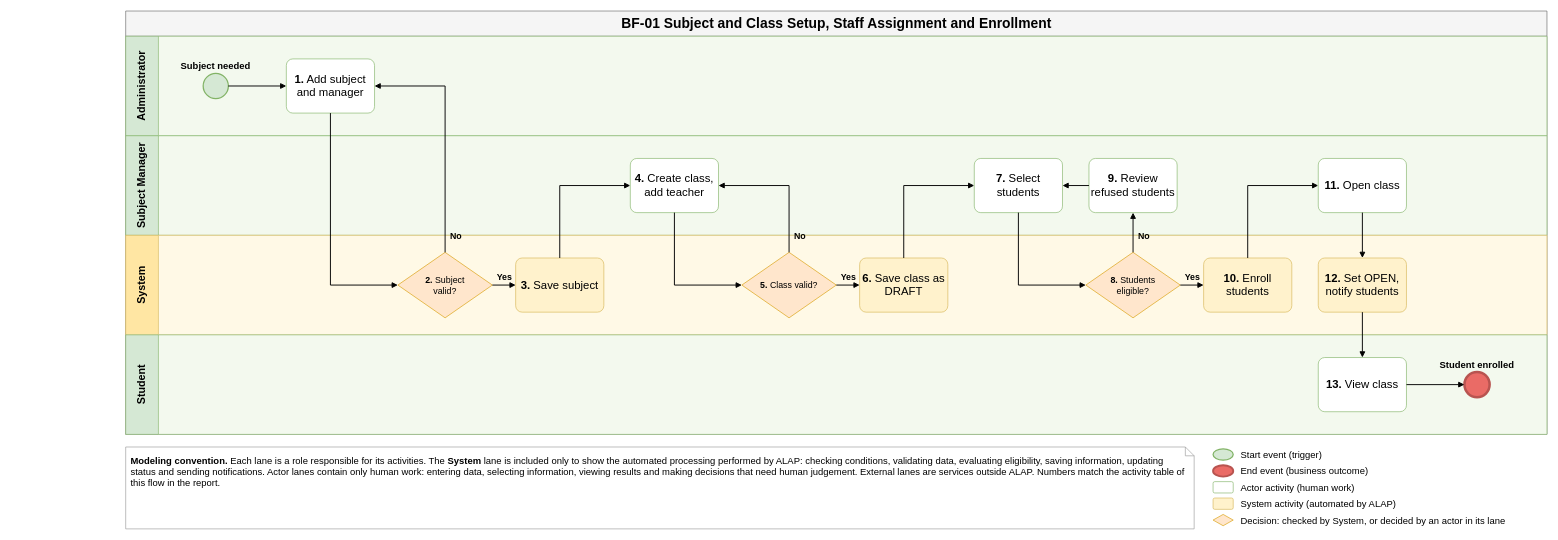
hygef-v4/AI-Powered-Learning-Platform keeps this draw.io diagram as aidlc-docs/inception/main-business-flows/BF-01-Subject-Class-Setup-and-Enrollment.drawio. Above is the earlier version. Source tidied: cells renumbered, new cells numbered last; positions are measured from the earlier drawing's top-left corner, leaving out a move shared by most shapes. Both pictures are drawn from the tidied source at 63%, with x=0, y=0 at pixel (125, 11).
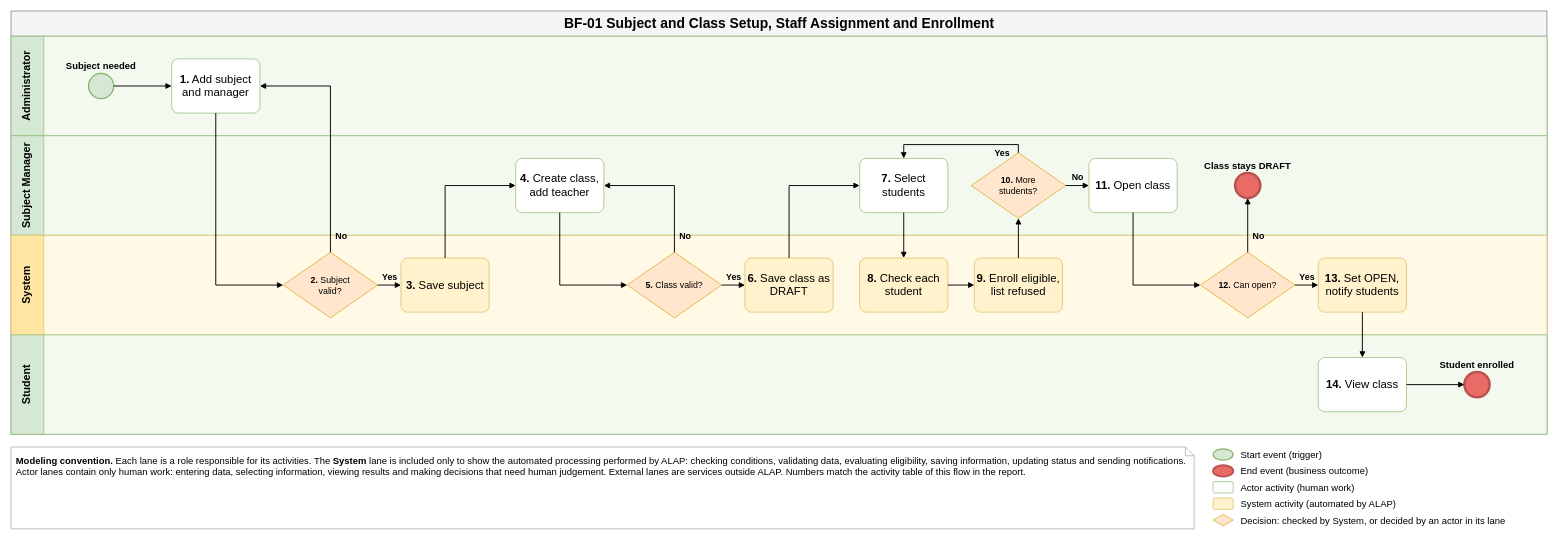
After the change.

Unchanged cells that the change refers to:
```xml
<mxCell id="8" value="&lt;b&gt;1.&lt;/b&gt; Add subject and manager" style="rounded=1;whiteSpace=wrap;html=1;fillColor=#FFFFFF;strokeColor=#82B366;fontSize=18;spacing=4;arcSize=12;" parent="3" vertex="1">
  <mxGeometry x="255" y="36" width="140" height="86" as="geometry" />
</mxCell>
<mxCell id="9" value="&lt;b&gt;2.&lt;/b&gt; Subject valid?" style="rhombus;whiteSpace=wrap;html=1;fillColor=#FFE6CC;strokeColor=#D79B00;fontSize=14;spacing=0;spacingLeft=26;spacingRight=26;" parent="5" vertex="1">
  <mxGeometry x="432" y="27" width="150" height="104" as="geometry" />
</mxCell>
<mxCell id="10" value="&lt;b&gt;3.&lt;/b&gt; Save subject" style="rounded=1;whiteSpace=wrap;html=1;fillColor=#FFF2CC;strokeColor=#D6B656;fontSize=18;spacing=4;arcSize=12;" parent="5" vertex="1">
  <mxGeometry x="619" y="36" width="140" height="86" as="geometry" />
</mxCell>
<mxCell id="11" value="&lt;b&gt;4.&lt;/b&gt; Create class, add teacher" style="rounded=1;whiteSpace=wrap;html=1;fillColor=#FFFFFF;strokeColor=#82B366;fontSize=18;spacing=4;arcSize=12;" parent="4" vertex="1">
  <mxGeometry x="801" y="36" width="140" height="86" as="geometry" />
</mxCell>
<mxCell id="12" value="&lt;b&gt;5.&lt;/b&gt; Class valid?" style="rhombus;whiteSpace=wrap;html=1;fillColor=#FFE6CC;strokeColor=#D79B00;fontSize=14;spacing=0;spacingLeft=26;spacingRight=26;" parent="5" vertex="1">
  <mxGeometry x="978" y="27" width="150" height="104" as="geometry" />
</mxCell>
<mxCell id="13" value="&lt;b&gt;6.&lt;/b&gt; Save class as DRAFT" style="rounded=1;whiteSpace=wrap;html=1;fillColor=#FFF2CC;strokeColor=#D6B656;fontSize=18;spacing=4;arcSize=12;" parent="5" vertex="1">
  <mxGeometry x="1165" y="36" width="140" height="86" as="geometry" />
</mxCell>
<mxCell id="14" value="&lt;b&gt;7.&lt;/b&gt; Select students" style="rounded=1;whiteSpace=wrap;html=1;fillColor=#FFFFFF;strokeColor=#82B366;fontSize=18;spacing=4;arcSize=12;" parent="4" vertex="1">
  <mxGeometry x="1347" y="36" width="140" height="86" as="geometry" />
</mxCell>
```

Change to the diagram source:
```diff
@@
     <mxCell id="2" value="BF-01 Subject and Class Setup, Staff Assignment and Enrollment" style="swimlane;horizontal=1;startSize=40;html=1;fontSize=22;fontStyle=1;align=center;verticalAlign=middle;fillColor=#F5F5F5;strokeColor=#666666;" parent="1" vertex="1">
-      <mxGeometry width="2256" height="672" as="geometry" />
+      <mxGeometry x="-182" width="2438" height="672" as="geometry" />
     </mxCell>
     <mxCell id="3" value="Administrator" style="swimlane;startSize=52;horizontal=0;html=1;whiteSpace=wrap;fillColor=#D5E8D4;swimlaneFillColor=#F3F9EE;strokeColor=#82B366;fontSize=17;fontStyle=1;align=center;verticalAlign=middle;spacing=4;" parent="2" vertex="1">
-      <mxGeometry y="40" width="2256" height="158" as="geometry" />
+      <mxGeometry y="40" width="2438" height="158" as="geometry" />
     </mxCell>
     <mxCell id="4" value="Subject Manager" style="swimlane;startSize=52;horizontal=0;html=1;whiteSpace=wrap;fillColor=#D5E8D4;swimlaneFillColor=#F3F9EE;strokeColor=#82B366;fontSize=17;fontStyle=1;align=center;verticalAlign=middle;spacing=4;" parent="2" vertex="1">
-      <mxGeometry y="198" width="2256" height="158" as="geometry" />
+      <mxGeometry y="198" width="2438" height="158" as="geometry" />
     </mxCell>
     <mxCell id="5" value="System" style="swimlane;startSize=52;horizontal=0;html=1;whiteSpace=wrap;fillColor=#FFE6A3;swimlaneFillColor=#FFF9E6;strokeColor=#D6B656;fontSize=17;fontStyle=1;align=center;verticalAlign=middle;spacing=4;" parent="2" vertex="1">
-      <mxGeometry y="356" width="2256" height="158" as="geometry" />
+      <mxGeometry y="356" width="2438" height="158" as="geometry" />
     </mxCell>
     <mxCell id="6" value="Student" style="swimlane;startSize=52;horizontal=0;html=1;whiteSpace=wrap;fillColor=#D5E8D4;swimlaneFillColor=#F3F9EE;strokeColor=#82B366;fontSize=17;fontStyle=1;align=center;verticalAlign=middle;spacing=4;" parent="2" vertex="1">
-      <mxGeometry y="514" width="2256" height="158" as="geometry" />
+      <mxGeometry y="514" width="2438" height="158" as="geometry" />
     </mxCell>
@@
-    <mxCell id="15" value="&lt;b&gt;8.&lt;/b&gt; Students eligible?" style="rhombus;whiteSpace=wrap;html=1;fillColor=#FFE6CC;strokeColor=#D79B00;fontSize=14;spacing=0;spacingLeft=26;spacingRight=26;" parent="5" vertex="1">
-      <mxGeometry x="1524" y="27" width="150" height="104" as="geometry" />
-    </mxCell>
+    <mxCell id="50" value="&lt;b&gt;8.&lt;/b&gt; Check each student" style="rounded=1;whiteSpace=wrap;html=1;fillColor=#FFF2CC;strokeColor=#D6B656;fontSize=18;spacing=4;arcSize=12;" parent="5" vertex="1">
+      <mxGeometry x="1347" y="36" width="140" height="86" as="geometry" />
+    </mxCell>
-    <mxCell id="16" value="&lt;b&gt;9.&lt;/b&gt; Review refused students" style="rounded=1;whiteSpace=wrap;html=1;fillColor=#FFFFFF;strokeColor=#82B366;fontSize=18;spacing=4;arcSize=12;" parent="4" vertex="1">
+    <mxCell id="16" value="&lt;b&gt;9.&lt;/b&gt; Enroll eligible, list refused" style="rounded=1;whiteSpace=wrap;html=1;fillColor=#FFF2CC;strokeColor=#D6B656;fontSize=18;spacing=4;arcSize=12;" parent="5" vertex="1">
       <mxGeometry x="1529" y="36" width="140" height="86" as="geometry" />
     </mxCell>
-    <mxCell id="17" value="&lt;b&gt;10.&lt;/b&gt; Enroll students" style="rounded=1;whiteSpace=wrap;html=1;fillColor=#FFF2CC;strokeColor=#D6B656;fontSize=18;spacing=4;arcSize=12;" parent="5" vertex="1">
-      <mxGeometry x="1711" y="36" width="140" height="86" as="geometry" />
-    </mxCell>
+    <mxCell id="51" value="&lt;b&gt;10.&lt;/b&gt; More students?" style="rhombus;whiteSpace=wrap;html=1;fillColor=#FFE6CC;strokeColor=#D79B00;fontSize=14;spacing=0;spacingLeft=26;spacingRight=26;" parent="4" vertex="1">
+      <mxGeometry x="1524" y="27" width="150" height="104" as="geometry" />
+    </mxCell>
     <mxCell id="18" value="&lt;b&gt;11.&lt;/b&gt; Open class" style="rounded=1;whiteSpace=wrap;html=1;fillColor=#FFFFFF;strokeColor=#82B366;fontSize=18;spacing=4;arcSize=12;" parent="4" vertex="1">
-      <mxGeometry x="1893" y="36" width="140" height="86" as="geometry" />
+      <mxGeometry x="1711" y="36" width="140" height="86" as="geometry" />
     </mxCell>
-    <mxCell id="19" value="&lt;b&gt;12.&lt;/b&gt; Set OPEN, notify students" style="rounded=1;whiteSpace=wrap;html=1;fillColor=#FFF2CC;strokeColor=#D6B656;fontSize=18;spacing=4;arcSize=12;" parent="5" vertex="1">
-      <mxGeometry x="1893" y="36" width="140" height="86" as="geometry" />
-    </mxCell>
+    <mxCell id="52" value="&lt;b&gt;12.&lt;/b&gt; Can open?" style="rhombus;whiteSpace=wrap;html=1;fillColor=#FFE6CC;strokeColor=#D79B00;fontSize=14;spacing=0;spacingLeft=26;spacingRight=26;" parent="5" vertex="1">
+      <mxGeometry x="1888" y="27" width="150" height="104" as="geometry" />
+    </mxCell>
-    <mxCell id="20" value="&lt;b&gt;13.&lt;/b&gt; View class" style="rounded=1;whiteSpace=wrap;html=1;fillColor=#FFFFFF;strokeColor=#82B366;fontSize=18;spacing=4;arcSize=12;" parent="6" vertex="1">
-      <mxGeometry x="1893" y="36" width="140" height="86" as="geometry" />
+    <mxCell id="20" value="&lt;b&gt;13.&lt;/b&gt; Set OPEN, notify students" style="rounded=1;whiteSpace=wrap;html=1;fillColor=#FFF2CC;strokeColor=#D6B656;fontSize=18;spacing=4;arcSize=12;" parent="5" vertex="1">
+      <mxGeometry x="2075" y="36" width="140" height="86" as="geometry" />
     </mxCell>
+    <mxCell id="53" value="&lt;b&gt;14.&lt;/b&gt; View class" style="rounded=1;whiteSpace=wrap;html=1;fillColor=#FFFFFF;strokeColor=#82B366;fontSize=18;spacing=4;arcSize=12;" parent="6" vertex="1">
+      <mxGeometry x="2075" y="36" width="140" height="86" as="geometry" />
+    </mxCell>
+    <mxCell id="54" value="Class stays DRAFT" style="ellipse;html=1;fillColor=#EA6B66;strokeColor=#B85450;strokeWidth=4;fontStyle=1;fontSize=15;whiteSpace=wrap;labelWidth=170;verticalLabelPosition=top;verticalAlign=bottom;labelPosition=center;align=center;" parent="4" vertex="1">
+      <mxGeometry x="1943" y="59" width="40" height="40" as="geometry" />
+    </mxCell>
     <mxCell id="21" value="Student enrolled" style="ellipse;html=1;fillColor=#EA6B66;strokeColor=#B85450;strokeWidth=4;fontStyle=1;fontSize=15;whiteSpace=wrap;labelWidth=170;verticalLabelPosition=top;verticalAlign=bottom;labelPosition=center;align=center;" parent="6" vertex="1">
-      <mxGeometry x="2125" y="59" width="40" height="40" as="geometry" />
+      <mxGeometry x="2307" y="59" width="40" height="40" as="geometry" />
     </mxCell>
@@
     <mxCell id="23" style="edgeStyle=none;rounded=0;html=1;endArrow=block;endFill=1;strokeWidth=1.5;labelBackgroundColor=none;fontSize=14;fontStyle=1;align=center;exitX=0.5;exitY=1;exitDx=0;exitDy=0;entryX=0;entryY=0.5;entryDx=0;entryDy=0;" parent="1" edge="1" source="8" target="9">
       <mxGeometry relative="1" as="geometry">
         <Array as="points">
-          <mxPoint x="325" y="435" />
+          <mxPoint x="143" y="435" />
         </Array>
       </mxGeometry>
     </mxCell>
     <mxCell id="24" value="No" style="edgeStyle=none;rounded=0;html=1;endArrow=block;endFill=1;strokeWidth=1.5;labelBackgroundColor=none;fontSize=14;fontStyle=1;align=center;exitX=0.5;exitY=0;exitDx=0;exitDy=0;entryX=1;entryY=0.5;entryDx=0;entryDy=0;" parent="1" edge="1" source="9" target="8">
       <mxGeometry x="-0.86" relative="1" as="geometry">
         <Array as="points">
-          <mxPoint x="507" y="119" />
+          <mxPoint x="325" y="119" />
         </Array>
         <mxPoint x="17" as="offset" />
       </mxGeometry>
     </mxCell>
@@
     <mxCell id="26" style="edgeStyle=none;rounded=0;html=1;endArrow=block;endFill=1;strokeWidth=1.5;labelBackgroundColor=none;fontSize=14;fontStyle=1;align=center;exitX=0.5;exitY=0;exitDx=0;exitDy=0;entryX=0;entryY=0.5;entryDx=0;entryDy=0;" parent="1" edge="1" source="10" target="11">
       <mxGeometry relative="1" as="geometry">
         <Array as="points">
-          <mxPoint x="689" y="277" />
+          <mxPoint x="507" y="277" />
         </Array>
       </mxGeometry>
     </mxCell>
     <mxCell id="27" style="edgeStyle=none;rounded=0;html=1;endArrow=block;endFill=1;strokeWidth=1.5;labelBackgroundColor=none;fontSize=14;fontStyle=1;align=center;exitX=0.5;exitY=1;exitDx=0;exitDy=0;entryX=0;entryY=0.5;entryDx=0;entryDy=0;" parent="1" edge="1" source="11" target="12">
       <mxGeometry relative="1" as="geometry">
         <Array as="points">
-          <mxPoint x="871" y="435" />
+          <mxPoint x="689" y="435" />
         </Array>
       </mxGeometry>
     </mxCell>
     <mxCell id="28" value="No" style="edgeStyle=none;rounded=0;html=1;endArrow=block;endFill=1;strokeWidth=1.5;labelBackgroundColor=none;fontSize=14;fontStyle=1;align=center;exitX=0.5;exitY=0;exitDx=0;exitDy=0;entryX=1;entryY=0.5;entryDx=0;entryDy=0;" parent="1" edge="1" source="12" target="11">
       <mxGeometry x="-0.76" relative="1" as="geometry">
         <Array as="points">
-          <mxPoint x="1053" y="277" />
+          <mxPoint x="871" y="277" />
         </Array>
         <mxPoint x="17" as="offset" />
       </mxGeometry>
     </mxCell>
@@
     <mxCell id="30" style="edgeStyle=none;rounded=0;html=1;endArrow=block;endFill=1;strokeWidth=1.5;labelBackgroundColor=none;fontSize=14;fontStyle=1;align=center;exitX=0.5;exitY=0;exitDx=0;exitDy=0;entryX=0;entryY=0.5;entryDx=0;entryDy=0;" parent="1" edge="1" source="13" target="14">
       <mxGeometry relative="1" as="geometry">
         <Array as="points">
-          <mxPoint x="1235" y="277" />
+          <mxPoint x="1053" y="277" />
         </Array>
       </mxGeometry>
     </mxCell>
-    <mxCell id="31" style="edgeStyle=none;rounded=0;html=1;endArrow=block;endFill=1;strokeWidth=1.5;labelBackgroundColor=none;fontSize=14;fontStyle=1;align=center;exitX=0.5;exitY=1;exitDx=0;exitDy=0;entryX=0;entryY=0.5;entryDx=0;entryDy=0;" parent="1" edge="1" source="14" target="15">
-      <mxGeometry relative="1" as="geometry">
-        <Array as="points">
-          <mxPoint x="1417" y="435" />
-        </Array>
-      </mxGeometry>
+    <mxCell id="31" style="edgeStyle=none;rounded=0;html=1;endArrow=block;endFill=1;strokeWidth=1.5;labelBackgroundColor=none;fontSize=14;fontStyle=1;align=center;exitX=0.5;exitY=1;exitDx=0;exitDy=0;entryX=0.5;entryY=0;entryDx=0;entryDy=0;" parent="1" edge="1" source="14" target="50">
+      <mxGeometry relative="1" as="geometry" />
     </mxCell>
-    <mxCell id="32" value="No" style="edgeStyle=none;rounded=0;html=1;endArrow=block;endFill=1;strokeWidth=1.5;labelBackgroundColor=none;fontSize=14;fontStyle=1;align=center;exitX=0.5;exitY=0;exitDx=0;exitDy=0;entryX=0.5;entryY=1;entryDx=0;entryDy=0;" parent="1" edge="1" source="15" target="16">
-      <mxGeometry x="-0.17" relative="1" as="geometry">
-        <mxPoint x="17" as="offset" />
-      </mxGeometry>
+    <mxCell id="32" style="edgeStyle=none;rounded=0;html=1;endArrow=block;endFill=1;strokeWidth=1.5;labelBackgroundColor=none;fontSize=14;fontStyle=1;align=center;exitX=1;exitY=0.5;exitDx=0;exitDy=0;entryX=0;entryY=0.5;entryDx=0;entryDy=0;" parent="1" edge="1" source="50" target="16">
+      <mxGeometry relative="1" as="geometry" />
     </mxCell>
-    <mxCell id="33" style="edgeStyle=none;rounded=0;html=1;endArrow=block;endFill=1;strokeWidth=1.5;labelBackgroundColor=none;fontSize=14;fontStyle=1;align=center;exitX=0;exitY=0.5;exitDx=0;exitDy=0;entryX=1;entryY=0.5;entryDx=0;entryDy=0;" parent="1" edge="1" source="16" target="14">
+    <mxCell id="33" style="edgeStyle=none;rounded=0;html=1;endArrow=block;endFill=1;strokeWidth=1.5;labelBackgroundColor=none;fontSize=14;fontStyle=1;align=center;exitX=0.5;exitY=0;exitDx=0;exitDy=0;entryX=0.5;entryY=1;entryDx=0;entryDy=0;" parent="1" edge="1" source="16" target="51">
       <mxGeometry relative="1" as="geometry" />
     </mxCell>
-    <mxCell id="34" value="Yes" style="edgeStyle=none;rounded=0;html=1;endArrow=block;endFill=1;strokeWidth=1.5;labelBackgroundColor=none;fontSize=14;fontStyle=1;align=center;exitX=1;exitY=0.5;exitDx=0;exitDy=0;entryX=0;entryY=0.5;entryDx=0;entryDy=0;" parent="1" edge="1" source="15" target="17">
-      <mxGeometry relative="1" as="geometry">
-        <mxPoint y="-13" as="offset" />
+    <mxCell id="34" value="Yes" style="edgeStyle=none;rounded=0;html=1;endArrow=block;endFill=1;strokeWidth=1.5;labelBackgroundColor=none;fontSize=14;fontStyle=1;align=center;exitX=0.5;exitY=0;exitDx=0;exitDy=0;entryX=0.5;entryY=0;entryDx=0;entryDy=0;" parent="1" edge="1" source="51" target="14">
+      <mxGeometry x="-0.64" relative="1" as="geometry">
+        <Array as="points">
+          <mxPoint x="1417" y="212" />
+          <mxPoint x="1235" y="212" />
+        </Array>
+        <mxPoint y="13" as="offset" />
       </mxGeometry>
     </mxCell>
-    <mxCell id="35" style="edgeStyle=none;rounded=0;html=1;endArrow=block;endFill=1;strokeWidth=1.5;labelBackgroundColor=none;fontSize=14;fontStyle=1;align=center;exitX=0.5;exitY=0;exitDx=0;exitDy=0;entryX=0;entryY=0.5;entryDx=0;entryDy=0;" parent="1" edge="1" source="17" target="18">
+    <mxCell id="35" value="No" style="edgeStyle=none;rounded=0;html=1;endArrow=block;endFill=1;strokeWidth=1.5;labelBackgroundColor=none;fontSize=14;fontStyle=1;align=center;exitX=1;exitY=0.5;exitDx=0;exitDy=0;entryX=0;entryY=0.5;entryDx=0;entryDy=0;" parent="1" edge="1" source="51" target="18">
       <mxGeometry relative="1" as="geometry">
-        <Array as="points">
-          <mxPoint x="1781" y="277" />
-        </Array>
+        <mxPoint y="-13" as="offset" />
       </mxGeometry>
     </mxCell>
-    <mxCell id="36" style="edgeStyle=none;rounded=0;html=1;endArrow=block;endFill=1;strokeWidth=1.5;labelBackgroundColor=none;fontSize=14;fontStyle=1;align=center;exitX=0.5;exitY=1;exitDx=0;exitDy=0;entryX=0.5;entryY=0;entryDx=0;entryDy=0;" parent="1" edge="1" source="18" target="19">
-      <mxGeometry relative="1" as="geometry" />
+    <mxCell id="36" style="edgeStyle=none;rounded=0;html=1;endArrow=block;endFill=1;strokeWidth=1.5;labelBackgroundColor=none;fontSize=14;fontStyle=1;align=center;exitX=0.5;exitY=1;exitDx=0;exitDy=0;entryX=0;entryY=0.5;entryDx=0;entryDy=0;" parent="1" edge="1" source="18" target="52">
+      <mxGeometry relative="1" as="geometry">
+        <Array as="points">
+          <mxPoint x="1599" y="435" />
+        </Array>
+      </mxGeometry>
     </mxCell>
-    <mxCell id="37" style="edgeStyle=none;rounded=0;html=1;endArrow=block;endFill=1;strokeWidth=1.5;labelBackgroundColor=none;fontSize=14;fontStyle=1;align=center;exitX=0.5;exitY=1;exitDx=0;exitDy=0;entryX=0.5;entryY=0;entryDx=0;entryDy=0;" parent="1" edge="1" source="19" target="20">
-      <mxGeometry relative="1" as="geometry" />
+    <mxCell id="37" value="No" style="edgeStyle=none;rounded=0;html=1;endArrow=block;endFill=1;strokeWidth=1.5;labelBackgroundColor=none;fontSize=14;fontStyle=1;align=center;exitX=0.5;exitY=0;exitDx=0;exitDy=0;entryX=0.5;entryY=1;entryDx=0;entryDy=0;" parent="1" edge="1" source="52" target="54">
+      <mxGeometry x="-0.4" relative="1" as="geometry">
+        <mxPoint x="17" as="offset" />
+      </mxGeometry>
     </mxCell>
-    <mxCell id="38" style="edgeStyle=none;rounded=0;html=1;endArrow=block;endFill=1;strokeWidth=1.5;labelBackgroundColor=none;fontSize=14;fontStyle=1;align=center;exitX=1;exitY=0.5;exitDx=0;exitDy=0;entryX=0;entryY=0.5;entryDx=0;entryDy=0;" parent="1" edge="1" source="20" target="21">
-      <mxGeometry relative="1" as="geometry" />
+    <mxCell id="38" value="Yes" style="edgeStyle=none;rounded=0;html=1;endArrow=block;endFill=1;strokeWidth=1.5;labelBackgroundColor=none;fontSize=14;fontStyle=1;align=center;exitX=1;exitY=0.5;exitDx=0;exitDy=0;entryX=0;entryY=0.5;entryDx=0;entryDy=0;" parent="1" edge="1" source="52" target="20">
+      <mxGeometry relative="1" as="geometry">
+        <mxPoint y="-13" as="offset" />
+      </mxGeometry>
     </mxCell>
+    <mxCell id="55" style="edgeStyle=none;rounded=0;html=1;endArrow=block;endFill=1;strokeWidth=1.5;labelBackgroundColor=none;fontSize=14;fontStyle=1;align=center;exitX=0.5;exitY=1;exitDx=0;exitDy=0;entryX=0.5;entryY=0;entryDx=0;entryDy=0;" parent="1" edge="1" source="20" target="53">
+      <mxGeometry relative="1" as="geometry" />
+    </mxCell>
+    <mxCell id="56" style="edgeStyle=none;rounded=0;html=1;endArrow=block;endFill=1;strokeWidth=1.5;labelBackgroundColor=none;fontSize=14;fontStyle=1;align=center;exitX=1;exitY=0.5;exitDx=0;exitDy=0;entryX=0;entryY=0.5;entryDx=0;entryDy=0;" parent="1" edge="1" source="53" target="21">
+      <mxGeometry relative="1" as="geometry" />
+    </mxCell>
     <mxCell id="39" value="&lt;b&gt;Modeling convention.&lt;/b&gt; Each lane is a role responsible for its activities. The &lt;b&gt;System&lt;/b&gt; lane is included only to show the automated processing performed by ALAP: checking conditions, validating data, evaluating eligibility, saving information, updating status and sending notifications. Actor lanes contain only human work: entering data, selecting information, viewing results and making decisions that need human judgement. External lanes are services outside ALAP. Numbers match the activity table of this flow in the report." style="shape=note;whiteSpace=wrap;html=1;size=14;fillColor=#FFFFFF;strokeColor=#999999;fontSize=15;align=left;verticalAlign=top;spacing=8;" parent="1" vertex="1">
-      <mxGeometry y="692" width="1696" height="130" as="geometry" />
+      <mxGeometry x="-182" y="692" width="1878" height="130" as="geometry" />
     </mxCell>
```
